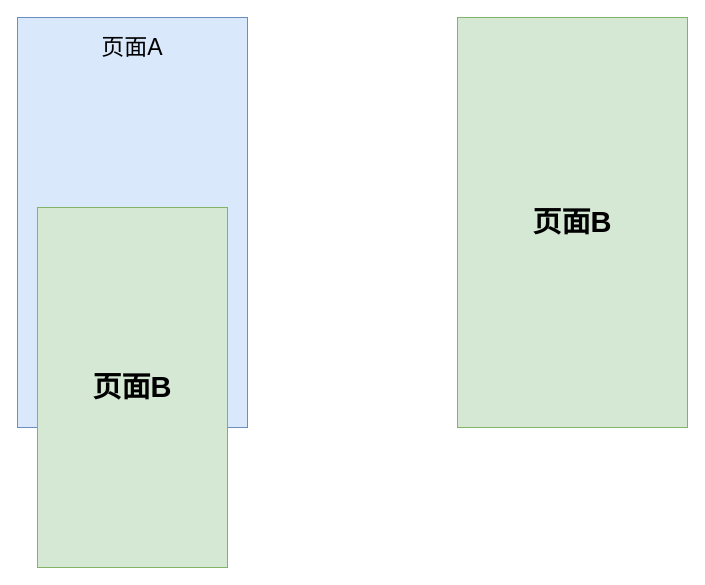
The draw.io diagram postMessage.drawio in logcas/ImageBed, before the edit. Source tidied: cells renumbered, new cells numbered last; positions are measured from the earlier drawing's top-left corner, leaving out a move shared by most shapes. Both pictures are drawn from the tidied source at 100%, with x=0, y=0 at pixel (17, 17).
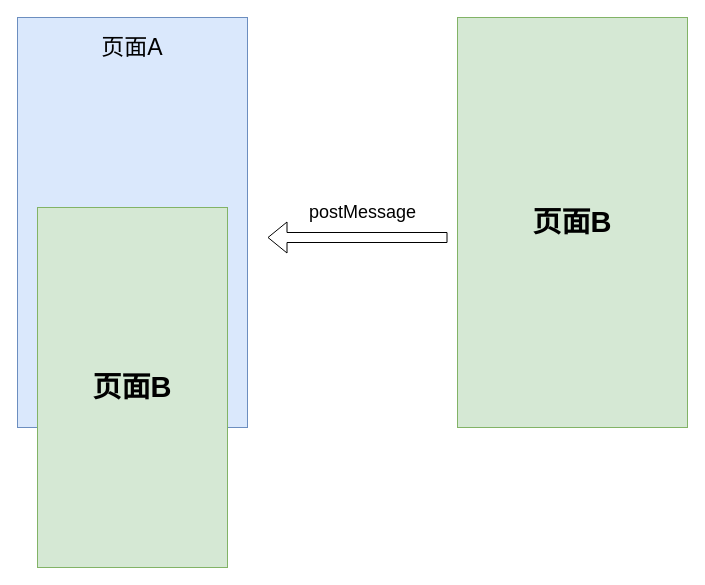
Above is the later version.

Diff of the diagram source:
```diff
@@
 <mxGraphModel>
   <root>
     <mxCell id="0" />
     <mxCell id="1" parent="0" />
     <mxCell id="2" style="rounded=0;whiteSpace=wrap;html=1;fillColor=#dae8fc;strokeColor=#6c8ebf;" parent="1" vertex="1">
       <mxGeometry width="230" height="410" as="geometry" />
     </mxCell>
     <mxCell id="3" value="&lt;span style=&quot;font-size: 29px&quot;&gt;&lt;b&gt;页面B&lt;/b&gt;&lt;/span&gt;" style="rounded=0;whiteSpace=wrap;html=1;fillColor=#d5e8d4;strokeColor=#82b366;" parent="1" vertex="1">
       <mxGeometry x="440" width="230" height="410" as="geometry" />
     </mxCell>
     <mxCell id="4" value="&lt;font style=&quot;font-size: 23px&quot;&gt;页面A&lt;/font&gt;" style="text;html=1;strokeColor=none;fillColor=none;align=center;verticalAlign=middle;whiteSpace=wrap;rounded=0;" parent="1" vertex="1">
       <mxGeometry x="65" y="20" width="100" height="20" as="geometry" />
     </mxCell>
     <mxCell id="5" value="&lt;span style=&quot;font-size: 29px&quot;&gt;&lt;b&gt;页面B&lt;/b&gt;&lt;/span&gt;" style="rounded=0;whiteSpace=wrap;html=1;fillColor=#d5e8d4;strokeColor=#82b366;" parent="1" vertex="1">
       <mxGeometry x="20" y="190" width="190" height="360" as="geometry" />
     </mxCell>
+    <mxCell id="6" value="postMessage" style="text;html=1;align=center;verticalAlign=middle;fontSize=18;" parent="1" vertex="1">
+      <mxGeometry x="285" y="180" width="120" height="30" as="geometry" />
+    </mxCell>
+    <mxCell id="7" style="shape=flexArrow;endArrow=classic;html=1;fontSize=18;" parent="1" edge="1">
+      <mxGeometry relative="1" as="geometry">
+        <mxPoint x="430" y="220" as="sourcePoint" />
+        <mxPoint x="250" y="220" as="targetPoint" />
+      </mxGeometry>
+    </mxCell>
   </root>
 </mxGraphModel>
```
